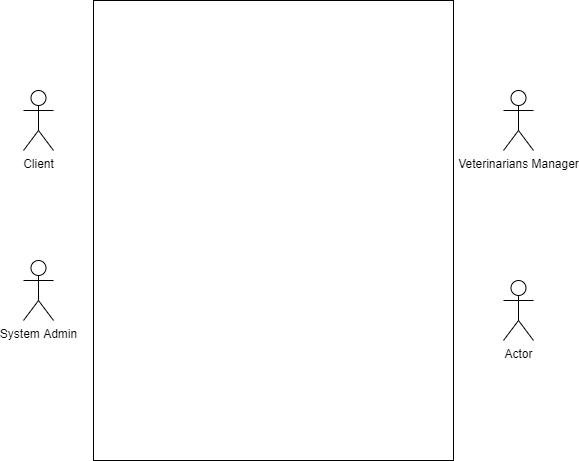
Earlier version of the draw.io export Untitled Diagram.drawio.png (UnitSC/HW-restore). Source tidied: cells renumbered, new cells last; positions are measured from the earlier drawing's top-left corner, leaving out a move shared by most shapes.
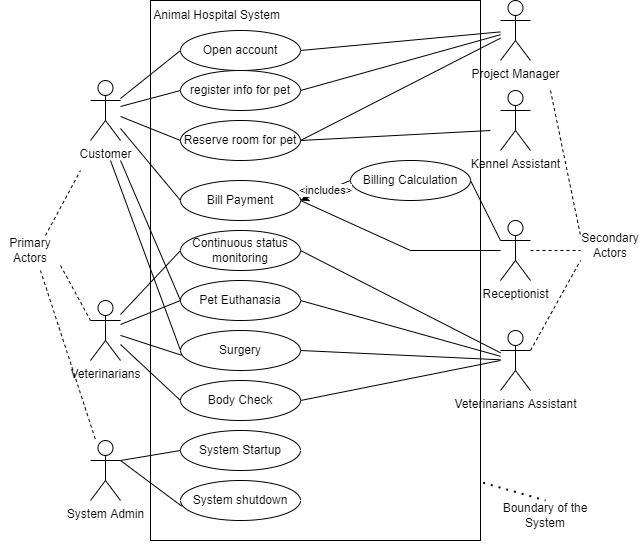
After the commit.

Change to the diagram source:
```diff
@@ -2,20 +2,192 @@
   <root>
     <mxCell id="0" />
     <mxCell id="1" parent="0" />
-    <mxCell id="2" value="Client" style="shape=umlActor;verticalLabelPosition=bottom;verticalAlign=top;html=1;outlineConnect=0;" parent="1" vertex="1">
-      <mxGeometry y="90" width="30" height="60" as="geometry" />
+    <mxCell id="2" value="Customer" style="shape=umlActor;verticalLabelPosition=bottom;verticalAlign=top;html=1;outlineConnect=0;" parent="1" vertex="1">
+      <mxGeometry x="30" y="80" width="30" height="60" as="geometry" />
     </mxCell>
     <mxCell id="3" value="System Admin" style="shape=umlActor;verticalLabelPosition=bottom;verticalAlign=top;html=1;outlineConnect=0;" parent="1" vertex="1">
-      <mxGeometry y="260" width="30" height="60" as="geometry" />
+      <mxGeometry x="30" y="440" width="30" height="60" as="geometry" />
     </mxCell>
     <mxCell id="4" style="rounded=0;whiteSpace=wrap;html=1;" parent="1" vertex="1">
-      <mxGeometry x="70" width="360" height="460" as="geometry" />
+      <mxGeometry x="90" width="330" height="540" as="geometry" />
     </mxCell>
-    <mxCell id="5" value="Veterinarians Manager" style="shape=umlActor;verticalLabelPosition=bottom;verticalAlign=top;html=1;outlineConnect=0;" parent="1" vertex="1">
-      <mxGeometry x="480" y="90" width="30" height="60" as="geometry" />
+    <mxCell id="5" value="Project Manager" style="shape=umlActor;verticalLabelPosition=bottom;verticalAlign=top;html=1;outlineConnect=0;" parent="1" vertex="1">
+      <mxGeometry x="440" width="30" height="60" as="geometry" />
     </mxCell>
-    <mxCell id="6" value="Actor" style="shape=umlActor;verticalLabelPosition=bottom;verticalAlign=top;html=1;" parent="1" vertex="1">
-      <mxGeometry x="480" y="280" width="30" height="60" as="geometry" />
-    </mxCell>
+    <mxCell id="7" value="Open account" style="ellipse;whiteSpace=wrap;html=1;" parent="1" vertex="1">
+      <mxGeometry x="120" y="30" width="120" height="40" as="geometry" />
+    </mxCell>
+    <mxCell id="8" value="Animal Hospital System&lt;span style=&quot;white-space: pre;&quot;&gt;&#9;&lt;/span&gt;" style="text;html=1;strokeColor=none;fillColor=none;align=center;verticalAlign=middle;whiteSpace=wrap;rounded=0;" parent="1" vertex="1">
+      <mxGeometry x="80" width="160" height="30" as="geometry" />
+    </mxCell>
+    <mxCell id="9" value="Reserve room for pet" style="ellipse;whiteSpace=wrap;html=1;" parent="1" vertex="1">
+      <mxGeometry x="120" y="120" width="120" height="40" as="geometry" />
+    </mxCell>
+    <mxCell id="10" value="register info for pet" style="ellipse;whiteSpace=wrap;html=1;" parent="1" vertex="1">
+      <mxGeometry x="120" y="70" width="120" height="40" as="geometry" />
+    </mxCell>
+    <mxCell id="11" value="Continuous status monitoring" style="ellipse;whiteSpace=wrap;html=1;" parent="1" vertex="1">
+      <mxGeometry x="120" y="230" width="120" height="40" as="geometry" />
+    </mxCell>
+    <mxCell id="12" value="Surgery" style="ellipse;whiteSpace=wrap;html=1;" parent="1" vertex="1">
+      <mxGeometry x="120" y="330" width="120" height="40" as="geometry" />
+    </mxCell>
+    <mxCell id="13" value="Body Check" style="ellipse;whiteSpace=wrap;html=1;" parent="1" vertex="1">
+      <mxGeometry x="120" y="380" width="120" height="40" as="geometry" />
+    </mxCell>
+    <mxCell id="14" value="Pet Euthanasia" style="ellipse;whiteSpace=wrap;html=1;" parent="1" vertex="1">
+      <mxGeometry x="120" y="280" width="120" height="40" as="geometry" />
+    </mxCell>
+    <mxCell id="15" value="Billing Calculation" style="ellipse;whiteSpace=wrap;html=1;" parent="1" vertex="1">
+      <mxGeometry x="290" y="160" width="120" height="40" as="geometry" />
+    </mxCell>
+    <mxCell id="16" value="Bill Payment" style="ellipse;whiteSpace=wrap;html=1;" parent="1" vertex="1">
+      <mxGeometry x="120" y="180" width="120" height="40" as="geometry" />
+    </mxCell>
+    <mxCell id="17" value="System Startup" style="ellipse;whiteSpace=wrap;html=1;" parent="1" vertex="1">
+      <mxGeometry x="120" y="430" width="120" height="40" as="geometry" />
+    </mxCell>
+    <mxCell id="18" value="System shutdown" style="ellipse;whiteSpace=wrap;html=1;" parent="1" vertex="1">
+      <mxGeometry x="120" y="480" width="120" height="40" as="geometry" />
+    </mxCell>
+    <mxCell id="19" style="endArrow=none;html=1;rounded=0;entryX=0;entryY=0.5;entryDx=0;entryDy=0;exitX=1;exitY=0.3333333333333333;exitDx=0;exitDy=0;exitPerimeter=0;" parent="1" edge="1" source="3" target="17">
+      <mxGeometry relative="1" as="geometry" />
+    </mxCell>
+    <mxCell id="20" style="endArrow=none;html=1;rounded=0;entryX=0.013;entryY=0.648;entryDx=0;entryDy=0;entryPerimeter=0;exitX=1;exitY=0.3333333333333333;exitDx=0;exitDy=0;exitPerimeter=0;" parent="1" edge="1" source="3" target="18">
+      <mxGeometry relative="1" as="geometry" />
+    </mxCell>
+    <mxCell id="21" style="endArrow=none;dashed=1;html=1;rounded=0;exitX=0.75;exitY=0;exitDx=0;exitDy=0;" parent="1" edge="1" source="23">
+      <mxGeometry relative="1" as="geometry">
+        <mxPoint x="20" y="170" as="targetPoint" />
+      </mxGeometry>
+    </mxCell>
+    <mxCell id="22" style="endArrow=none;dashed=1;html=1;rounded=0;" parent="1" edge="1" target="3">
+      <mxGeometry relative="1" as="geometry">
+        <mxPoint x="-20" y="270" as="sourcePoint" />
+      </mxGeometry>
+    </mxCell>
+    <mxCell id="23" value="Primary Actors" style="text;html=1;strokeColor=none;fillColor=none;align=center;verticalAlign=middle;whiteSpace=wrap;rounded=0;" parent="1" vertex="1">
+      <mxGeometry x="-60" y="235" width="60" height="30" as="geometry" />
+    </mxCell>
+    <mxCell id="24" style="endArrow=none;html=1;rounded=0;entryX=0;entryY=0.5;entryDx=0;entryDy=0;" parent="1" edge="1" source="2" target="7">
+      <mxGeometry relative="1" as="geometry" />
+    </mxCell>
+    <mxCell id="25" style="endArrow=none;html=1;rounded=0;entryX=0;entryY=0.5;entryDx=0;entryDy=0;" parent="1" edge="1" source="2" target="9">
+      <mxGeometry relative="1" as="geometry" />
+    </mxCell>
+    <mxCell id="26" style="endArrow=none;html=1;rounded=0;entryX=0;entryY=0.5;entryDx=0;entryDy=0;" parent="1" edge="1" source="2" target="10">
+      <mxGeometry relative="1" as="geometry" />
+    </mxCell>
+    <mxCell id="27" style="endArrow=none;html=1;rounded=0;entryX=0;entryY=0.5;entryDx=0;entryDy=0;" parent="1" edge="1" source="2" target="16">
+      <mxGeometry relative="1" as="geometry" />
+    </mxCell>
+    <mxCell id="28" style="endArrow=none;dashed=1;html=1;dashPattern=1 3;strokeWidth=2;rounded=0;exitX=1.008;exitY=0.893;exitDx=0;exitDy=0;entryX=0.5;entryY=0;entryDx=0;entryDy=0;exitPerimeter=0;" parent="1" edge="1" source="4" target="29">
+      <mxGeometry relative="1" as="geometry" />
+    </mxCell>
+    <mxCell id="29" value="Boundary of the System" style="text;html=1;strokeColor=none;fillColor=none;align=center;verticalAlign=middle;whiteSpace=wrap;rounded=0;" parent="1" vertex="1">
+      <mxGeometry x="440" y="500" width="90" height="30" as="geometry" />
+    </mxCell>
+    <mxCell id="30" value="Secondary Actors" style="text;html=1;strokeColor=none;fillColor=none;align=center;verticalAlign=middle;whiteSpace=wrap;rounded=0;" parent="1" vertex="1">
+      <mxGeometry x="520" y="230" width="60" height="30" as="geometry" />
+    </mxCell>
+    <mxCell id="31" value="Veterinarians" style="shape=umlActor;verticalLabelPosition=bottom;verticalAlign=top;html=1;outlineConnect=0;" parent="1" vertex="1">
+      <mxGeometry x="30" y="300" width="30" height="60" as="geometry" />
+    </mxCell>
+    <mxCell id="32" value="Veterinarians Assistant" style="shape=umlActor;verticalLabelPosition=bottom;verticalAlign=top;html=1;outlineConnect=0;" parent="1" vertex="1">
+      <mxGeometry x="440" y="330" width="30" height="60" as="geometry" />
+    </mxCell>
+    <mxCell id="33" style="endArrow=none;html=1;rounded=0;exitX=1;exitY=0.5;exitDx=0;exitDy=0;" parent="1" edge="1" source="7" target="5">
+      <mxGeometry relative="1" as="geometry" />
+    </mxCell>
+    <mxCell id="34" style="endArrow=none;html=1;rounded=0;exitX=1;exitY=0.5;exitDx=0;exitDy=0;" parent="1" edge="1" source="9">
+      <mxGeometry relative="1" as="geometry">
+        <mxPoint x="430" y="130" as="targetPoint" />
+      </mxGeometry>
+    </mxCell>
+    <mxCell id="35" style="endArrow=none;html=1;rounded=0;exitX=1;exitY=0.5;exitDx=0;exitDy=0;" parent="1" edge="1" source="10" target="5">
+      <mxGeometry relative="1" as="geometry" />
+    </mxCell>
+    <mxCell id="36" value="Receptionist" style="shape=umlActor;verticalLabelPosition=bottom;verticalAlign=top;html=1;outlineConnect=0;" parent="1" vertex="1">
+      <mxGeometry x="440" y="220" width="30" height="60" as="geometry" />
+    </mxCell>
+    <mxCell id="37" style="endArrow=none;html=1;rounded=0;exitX=1;exitY=0.5;exitDx=0;exitDy=0;" parent="1" edge="1" source="16" target="36">
+      <mxGeometry relative="1" as="geometry">
+        <Array as="points">
+          <mxPoint x="350" y="250" />
+        </Array>
+      </mxGeometry>
+    </mxCell>
+    <mxCell id="38" style="endArrow=none;html=1;rounded=0;exitX=1;exitY=0.5;exitDx=0;exitDy=0;" parent="1" edge="1" source="11" target="32">
+      <mxGeometry relative="1" as="geometry" />
+    </mxCell>
+    <mxCell id="39" style="endArrow=none;html=1;rounded=0;exitX=1;exitY=0.5;exitDx=0;exitDy=0;" parent="1" edge="1" source="14" target="32">
+      <mxGeometry relative="1" as="geometry" />
+    </mxCell>
+    <mxCell id="40" style="endArrow=none;html=1;rounded=0;exitX=1;exitY=0.5;exitDx=0;exitDy=0;" parent="1" edge="1" source="12" target="32">
+      <mxGeometry relative="1" as="geometry" />
+    </mxCell>
+    <mxCell id="41" style="endArrow=none;html=1;rounded=0;exitX=1;exitY=0.5;exitDx=0;exitDy=0;" parent="1" edge="1" source="13">
+      <mxGeometry relative="1" as="geometry">
+        <mxPoint x="440" y="360" as="targetPoint" />
+      </mxGeometry>
+    </mxCell>
+    <mxCell id="42" style="endArrow=none;html=1;rounded=0;entryX=0.008;entryY=0.618;entryDx=0;entryDy=0;entryPerimeter=0;" parent="1" edge="1" source="31" target="12">
+      <mxGeometry relative="1" as="geometry" />
+    </mxCell>
+    <mxCell id="43" style="endArrow=none;html=1;rounded=0;entryX=0;entryY=0.5;entryDx=0;entryDy=0;" parent="1" edge="1" source="31" target="14">
+      <mxGeometry relative="1" as="geometry" />
+    </mxCell>
+    <mxCell id="44" style="endArrow=none;html=1;rounded=0;entryX=0;entryY=0.5;entryDx=0;entryDy=0;" parent="1" edge="1" target="14">
+      <mxGeometry relative="1" as="geometry">
+        <mxPoint x="60" y="160" as="sourcePoint" />
+      </mxGeometry>
+    </mxCell>
+    <mxCell id="45" style="edgeStyle=orthogonalEdgeStyle;rounded=0;orthogonalLoop=1;jettySize=auto;html=1;exitX=0.5;exitY=1;exitDx=0;exitDy=0;" parent="1" edge="1" source="4" target="4">
+      <mxGeometry relative="1" as="geometry" />
+    </mxCell>
+    <mxCell id="46" style="endArrow=none;dashed=1;html=1;rounded=0;entryX=0;entryY=0;entryDx=0;entryDy=0;" parent="1" edge="1">
+      <mxGeometry relative="1" as="geometry">
+        <mxPoint x="490" y="90" as="sourcePoint" />
+        <mxPoint x="520" y="235" as="targetPoint" />
+      </mxGeometry>
+    </mxCell>
+    <mxCell id="47" style="endArrow=none;dashed=1;html=1;rounded=0;exitX=1;exitY=0.3333333333333333;exitDx=0;exitDy=0;exitPerimeter=0;" parent="1" edge="1" source="32">
+      <mxGeometry relative="1" as="geometry">
+        <mxPoint x="520" y="260" as="targetPoint" />
+      </mxGeometry>
+    </mxCell>
+    <mxCell id="48" style="endArrow=none;dashed=1;html=1;rounded=0;entryX=0;entryY=0.5;entryDx=0;entryDy=0;" parent="1" edge="1" source="36">
+      <mxGeometry relative="1" as="geometry">
+        <mxPoint x="520" y="250" as="targetPoint" />
+      </mxGeometry>
+    </mxCell>
+    <mxCell id="49" style="endArrow=none;html=1;rounded=0;exitX=1;exitY=0.5;exitDx=0;exitDy=0;entryX=0;entryY=0.3333333333333333;entryDx=0;entryDy=0;entryPerimeter=0;" parent="1" edge="1" source="15" target="36">
+      <mxGeometry relative="1" as="geometry" />
+    </mxCell>
+    <mxCell id="50" value="&amp;lt;includes&amp;gt;" style="endArrow=classic;html=1;rounded=0;exitX=0;exitY=0.5;exitDx=0;exitDy=0;" parent="1" edge="1" source="15">
+      <mxGeometry relative="1" as="geometry">
+        <mxPoint x="240" y="200" as="targetPoint" />
+      </mxGeometry>
+    </mxCell>
+    <mxCell id="51" style="endArrow=none;html=1;rounded=0;entryX=0;entryY=0.5;entryDx=0;entryDy=0;" parent="1" edge="1" source="31" target="13">
+      <mxGeometry relative="1" as="geometry" />
+    </mxCell>
+    <mxCell id="52" style="endArrow=none;dashed=1;html=1;rounded=0;exitX=1;exitY=1;exitDx=0;exitDy=0;entryX=0;entryY=0.3333333333333333;entryDx=0;entryDy=0;entryPerimeter=0;" parent="1" edge="1" source="23" target="31">
+      <mxGeometry relative="1" as="geometry" />
+    </mxCell>
+    <mxCell id="53" style="endArrow=none;html=1;rounded=0;entryX=0;entryY=0.5;entryDx=0;entryDy=0;" parent="1" edge="1" target="12">
+      <mxGeometry relative="1" as="geometry">
+        <mxPoint x="50" y="160" as="sourcePoint" />
+      </mxGeometry>
+    </mxCell>
+    <mxCell id="54" style="endArrow=none;html=1;rounded=0;entryX=0;entryY=0.5;entryDx=0;entryDy=0;" parent="1" edge="1" source="31" target="11">
+      <mxGeometry relative="1" as="geometry" />
+    </mxCell>
+    <mxCell id="55" value="Kennel Assistant" style="shape=umlActor;verticalLabelPosition=bottom;verticalAlign=top;html=1;" parent="1" vertex="1">
+      <mxGeometry x="440" y="90" width="30" height="60" as="geometry" />
+    </mxCell>
+    <mxCell id="56" style="endArrow=none;html=1;rounded=0;exitX=1;exitY=0.5;exitDx=0;exitDy=0;" parent="1" edge="1" source="9" target="5">
+      <mxGeometry relative="1" as="geometry" />
+    </mxCell>
   </root>
 </mxGraphModel>
```
